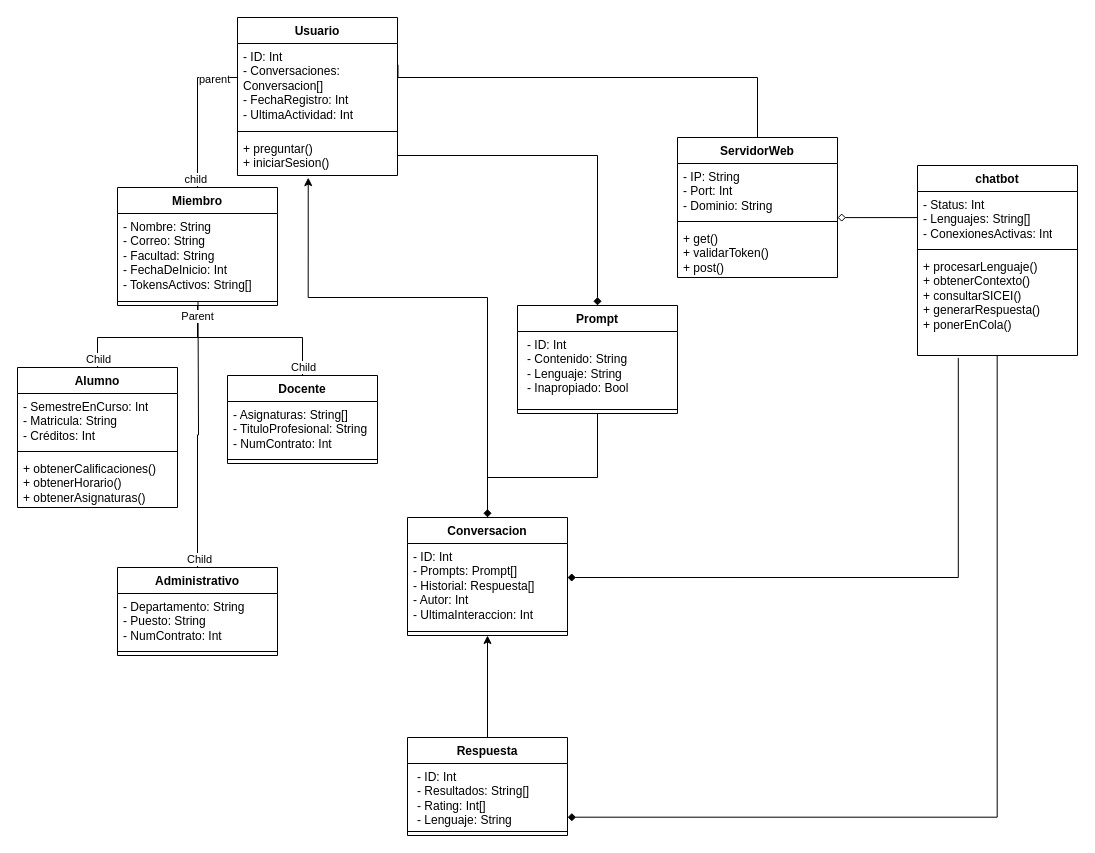
Above: Diagramas[Emmanuel]/UML.drawio in diego-islas8/Proyecto-FIS (draw.io), before the change. Source tidied: cells renumbered, new cells numbered last; positions are measured from the earlier drawing's top-left corner, leaving out a move shared by most shapes. Both pictures are drawn from the tidied source at 100%, with x=0, y=0 at pixel (17, 17).
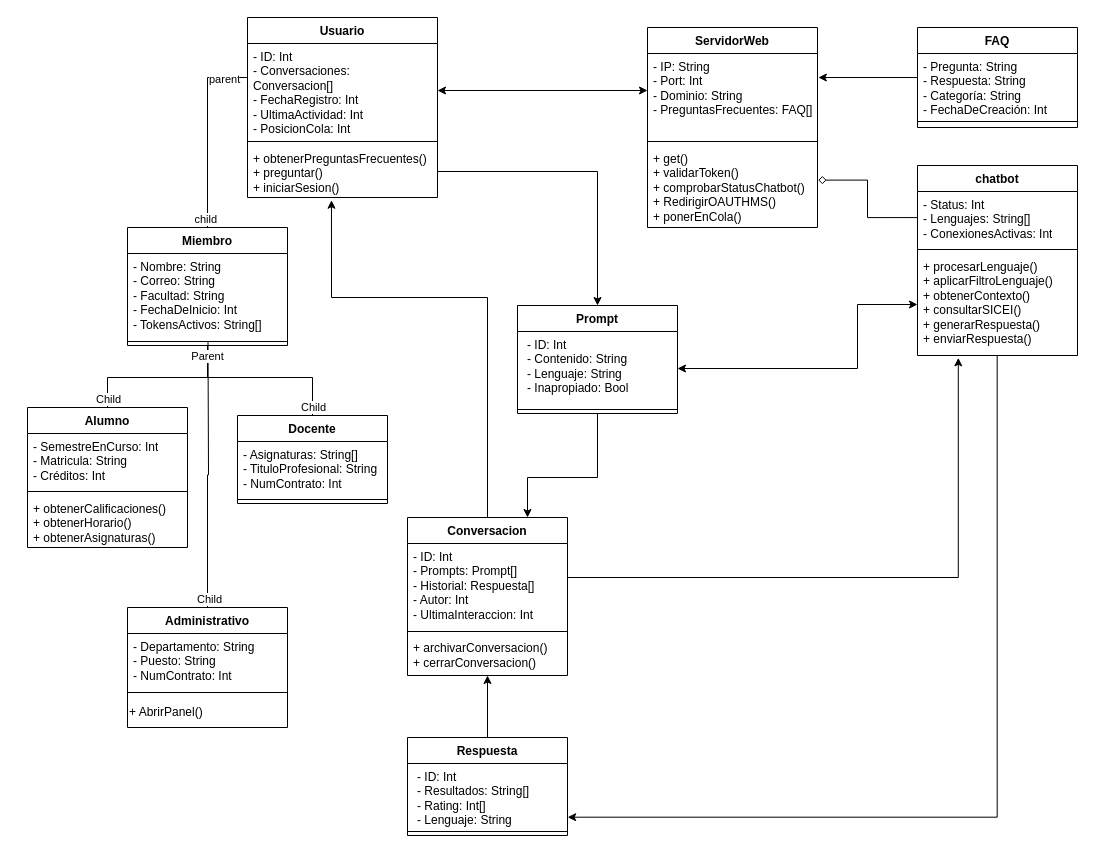
Above is the later version.

Commit message (it also covers changes not shown here):
Modificaciones al diagrama

The change refers to these unchanged cells:
```xml
<mxCell id="9" value="chatbot" style="swimlane;fontStyle=1;align=center;verticalAlign=top;horizontal=1;startSize=26;whiteSpace=wrap;html=1;" parent="1" vertex="1">
  <mxGeometry x="900" y="148" width="160" height="190" as="geometry" />
</mxCell>
<mxCell id="10" value="&lt;div&gt;- Status: Int&lt;br&gt;&lt;/div&gt;&lt;div&gt;- Lenguajes: String[]&lt;/div&gt;&lt;div&gt;- ConexionesActivas: Int&lt;/div&gt;" style="text;strokeColor=none;fillColor=none;align=left;verticalAlign=top;spacingLeft=4;spacingRight=4;overflow=hidden;points=[[0,0.5],[1,0.5]];portConstraint=eastwest;whiteSpace=wrap;html=1;" parent="9" vertex="1">
  <mxGeometry y="26" width="160" height="54" as="geometry" />
</mxCell>
<mxCell id="44" value="Prompt" style="swimlane;fontStyle=1;align=center;verticalAlign=top;horizontal=1;startSize=26;whiteSpace=wrap;html=1;" parent="1" vertex="1">
  <mxGeometry x="500" y="288" width="160" height="108" as="geometry" />
</mxCell>
<mxCell id="48" value="&lt;div&gt;- ID: Int&lt;br&gt;&lt;/div&gt;&lt;div&gt;- Prompts: Prompt[]&lt;br&gt;&lt;/div&gt;&lt;div&gt;- Historial: Respuesta[]&lt;/div&gt;&lt;div&gt;- Autor: Int&lt;/div&gt;&lt;div&gt;- UltimaInteraccion: Int&lt;/div&gt;" style="text;strokeColor=none;fillColor=none;align=left;verticalAlign=top;spacingLeft=4;spacingRight=4;overflow=hidden;points=[[0,0.5],[1,0.5]];portConstraint=eastwest;whiteSpace=wrap;html=1;" parent="47" vertex="1">
  <mxGeometry y="26" width="160" height="84" as="geometry" />
</mxCell>
<mxCell id="51" value="&lt;p style=&quot;margin: 0px 0px 0px 4px;&quot;&gt;- ID: Int&lt;/p&gt;&lt;p style=&quot;margin: 0px 0px 0px 4px;&quot;&gt;- Resultados: String[]&lt;/p&gt;&lt;p style=&quot;margin: 0px 0px 0px 4px;&quot;&gt;- Rating: Int[]&lt;br&gt;&lt;/p&gt;&lt;p style=&quot;margin: 0px 0px 0px 4px;&quot;&gt;- Lenguaje: String&lt;/p&gt;" style="text;strokeColor=none;fillColor=none;align=left;verticalAlign=top;spacingLeft=4;spacingRight=4;overflow=hidden;points=[[0,0.5],[1,0.5]];portConstraint=eastwest;whiteSpace=wrap;html=1;" parent="50" vertex="1">
  <mxGeometry y="26" width="160" height="64" as="geometry" />
</mxCell>
```

What changed in the source:
```diff
@@
     <mxCell id="2" style="edgeStyle=orthogonalEdgeStyle;rounded=0;jettySize=auto;html=1;entryX=0.5;entryY=1;entryDx=0;entryDy=0;strokeColor=default;curved=0;startArrow=none;startFill=0;endArrow=none;endFill=0;" parent="1" edge="1" source="4" target="13">
       <mxGeometry relative="1" as="geometry">
         <Array as="points">
-          <mxPoint x="80" y="320" />
-          <mxPoint x="180" y="320" />
+          <mxPoint x="90" y="360" />
+          <mxPoint x="190" y="360" />
         </Array>
       </mxGeometry>
     </mxCell>
@@
     <mxCell id="4" value="Alumno" style="swimlane;fontStyle=1;align=center;verticalAlign=top;horizontal=1;startSize=26;whiteSpace=wrap;html=1;strokeColor=default;fillColor=none;" parent="1" vertex="1">
-      <mxGeometry y="350" width="160" height="140" as="geometry" />
+      <mxGeometry x="10" y="390" width="160" height="140" as="geometry" />
     </mxCell>
@@
-    <mxCell id="8" style="edgeStyle=orthogonalEdgeStyle;rounded=0;jettySize=auto;html=1;startArrow=none;startFill=0;endArrow=diamond;endFill=1;exitX=0.255;exitY=1.023;exitDx=0;exitDy=0;entryX=1;entryY=0.405;entryDx=0;entryDy=0;entryPerimeter=0;exitPerimeter=0;" parent="1" edge="1" source="12" target="48">
+    <mxCell id="8" style="edgeStyle=orthogonalEdgeStyle;rounded=0;jettySize=auto;html=1;startArrow=classic;startFill=1;endArrow=none;endFill=0;exitX=0.255;exitY=1.023;exitDx=0;exitDy=0;entryX=1;entryY=0.405;entryDx=0;entryDy=0;entryPerimeter=0;exitPerimeter=0;" parent="1" edge="1" source="12" target="48">
       <mxGeometry relative="1" as="geometry">
         <Array as="points">
           <mxPoint x="941" y="560" />
         </Array>
       </mxGeometry>
     </mxCell>
@@
-    <mxCell id="12" value="&lt;div&gt;+ procesarLenguaje()&lt;/div&gt;&lt;div&gt;+ obtenerContexto()&lt;/div&gt;&lt;div&gt;+ consultarSICEI()&lt;br&gt;&lt;/div&gt;&lt;div&gt;+ generarRespuesta()&lt;/div&gt;&lt;div&gt;&lt;span style=&quot;background-color: initial;&quot;&gt;+ ponerEnCola()&lt;/span&gt;&lt;/div&gt;" style="text;strokeColor=none;fillColor=none;align=left;verticalAlign=top;spacingLeft=4;spacingRight=4;overflow=hidden;points=[[0,0.5],[1,0.5]];portConstraint=eastwest;whiteSpace=wrap;html=1;" parent="9" vertex="1">
+    <mxCell id="12" value="&lt;div&gt;+ procesarLenguaje()&lt;/div&gt;&lt;div&gt;+ aplicarFiltroLenguaje()&lt;/div&gt;&lt;div&gt;+ obtenerContexto()&lt;/div&gt;&lt;div&gt;+ consultarSICEI()&lt;br&gt;&lt;/div&gt;&lt;div&gt;+ generarRespuesta()&lt;/div&gt;&lt;div&gt;&lt;span style=&quot;background-color: initial;&quot;&gt;+ enviarRespuesta()&lt;/span&gt;&lt;/div&gt;" style="text;strokeColor=none;fillColor=none;align=left;verticalAlign=top;spacingLeft=4;spacingRight=4;overflow=hidden;points=[[0,0.5],[1,0.5]];portConstraint=eastwest;whiteSpace=wrap;html=1;" parent="9" vertex="1">
       <mxGeometry y="88" width="160" height="102" as="geometry" />
     </mxCell>
     <mxCell id="13" value="Miembro" style="swimlane;fontStyle=1;align=center;verticalAlign=top;horizontal=1;startSize=26;whiteSpace=wrap;html=1;" parent="1" vertex="1">
-      <mxGeometry x="100" y="170" width="160" height="118" as="geometry" />
+      <mxGeometry x="110" y="210" width="160" height="118" as="geometry" />
     </mxCell>
@@
     <mxCell id="16" value="Usuario" style="swimlane;fontStyle=1;align=center;verticalAlign=top;horizontal=1;startSize=26;whiteSpace=wrap;html=1;" parent="1" vertex="1">
-      <mxGeometry x="220" width="160" height="158" as="geometry" />
+      <mxGeometry x="230" width="190" height="180" as="geometry" />
     </mxCell>
-    <mxCell id="17" value="&lt;div&gt;&lt;span style=&quot;background-color: initial;&quot;&gt;- ID: Int&lt;/span&gt;&lt;/div&gt;&lt;div&gt;&lt;span style=&quot;background-color: initial;&quot;&gt;- Conversaciones: Conversacion[]&lt;/span&gt;&lt;br&gt;&lt;/div&gt;&lt;div&gt;- FechaRegistro: Int&lt;/div&gt;&lt;div&gt;- UltimaActividad: Int&lt;/div&gt;" style="text;strokeColor=none;fillColor=none;align=left;verticalAlign=top;spacingLeft=4;spacingRight=4;overflow=hidden;points=[[0,0.5],[1,0.5]];portConstraint=eastwest;whiteSpace=wrap;html=1;" parent="16" vertex="1">
-      <mxGeometry y="26" width="160" height="84" as="geometry" />
+    <mxCell id="17" value="&lt;div&gt;&lt;span style=&quot;background-color: initial;&quot;&gt;- ID: Int&lt;/span&gt;&lt;/div&gt;&lt;div&gt;&lt;span style=&quot;background-color: initial;&quot;&gt;- Conversaciones: Conversacion[]&lt;/span&gt;&lt;br&gt;&lt;/div&gt;&lt;div&gt;- FechaRegistro: Int&lt;/div&gt;&lt;div&gt;- UltimaActividad: Int&lt;/div&gt;&lt;div&gt;- PosicionCola: Int&lt;/div&gt;" style="text;strokeColor=none;fillColor=none;align=left;verticalAlign=top;spacingLeft=4;spacingRight=4;overflow=hidden;points=[[0,0.5],[1,0.5]];portConstraint=eastwest;whiteSpace=wrap;html=1;" parent="16" vertex="1">
+      <mxGeometry y="26" width="190" height="94" as="geometry" />
     </mxCell>
     <mxCell id="18" style="line;strokeWidth=1;fillColor=none;align=left;verticalAlign=middle;spacingTop=-1;spacingLeft=3;spacingRight=3;labelPosition=right;strokeColor=inherit;" parent="16" vertex="1">
-      <mxGeometry y="110" width="160" height="8" as="geometry" />
+      <mxGeometry y="120" width="190" height="8" as="geometry" />
     </mxCell>
-    <mxCell id="19" style="endArrow=none;html=1;edgeStyle=orthogonalEdgeStyle;rounded=0;entryX=0.5;entryY=0;entryDx=0;entryDy=0;" parent="16" edge="1" target="13">
+    <mxCell id="19" style="endArrow=none;html=1;edgeStyle=orthogonalEdgeStyle;rounded=0;entryX=0.5;entryY=0;entryDx=0;entryDy=0;startArrow=none;startFill=0;" parent="16" edge="1" target="13">
       <mxGeometry relative="1" as="geometry">
         <mxPoint y="60" as="sourcePoint" />
         <Array as="points">
           <mxPoint x="-40" y="60" />
         </Array>
       </mxGeometry>
     </mxCell>
@@
-    <mxCell id="22" value="&lt;div&gt;+ preguntar()&lt;/div&gt;&lt;div&gt;+ iniciarSesion()&lt;br&gt;&lt;/div&gt;" style="text;strokeColor=none;fillColor=none;align=left;verticalAlign=top;spacingLeft=4;spacingRight=4;overflow=hidden;points=[[0,0.5],[1,0.5]];portConstraint=eastwest;whiteSpace=wrap;html=1;" parent="16" vertex="1">
-      <mxGeometry y="118" width="160" height="40" as="geometry" />
+    <mxCell id="22" value="&lt;div&gt;&lt;span style=&quot;background-color: initial;&quot;&gt;+ obtenerPreguntasFrecuentes()&lt;/span&gt;&lt;/div&gt;&lt;div&gt;&lt;span style=&quot;background-color: initial;&quot;&gt;+ preguntar()&lt;/span&gt;&lt;br&gt;&lt;/div&gt;&lt;div&gt;+ iniciarSesion()&lt;br&gt;&lt;/div&gt;" style="text;strokeColor=none;fillColor=none;align=left;verticalAlign=top;spacingLeft=4;spacingRight=4;overflow=hidden;points=[[0,0.5],[1,0.5]];portConstraint=eastwest;whiteSpace=wrap;html=1;" parent="16" vertex="1">
+      <mxGeometry y="128" width="190" height="52" as="geometry" />
     </mxCell>
     <mxCell id="23" value="Administrativo" style="swimlane;fontStyle=1;align=center;verticalAlign=top;horizontal=1;startSize=26;whiteSpace=wrap;html=1;" parent="1" vertex="1">
-      <mxGeometry x="100" y="550" width="160" height="88" as="geometry" />
+      <mxGeometry x="110" y="590" width="160" height="120" as="geometry" />
     </mxCell>
@@
     <mxCell id="25" style="line;strokeWidth=1;fillColor=none;align=left;verticalAlign=middle;spacingTop=-1;spacingLeft=3;spacingRight=3;labelPosition=right;strokeColor=inherit;" parent="23" vertex="1">
-      <mxGeometry y="80" width="160" height="8" as="geometry" />
+      <mxGeometry y="80" width="160" height="10" as="geometry" />
     </mxCell>
+    <mxCell id="54" value="+ AbrirPanel()" style="text;html=1;align=left;verticalAlign=middle;strokeColor=none;fillColor=none;" parent="23" vertex="1">
+      <mxGeometry y="90" width="160" height="30" as="geometry" />
+    </mxCell>
     <mxCell id="26" style="edgeStyle=orthogonalEdgeStyle;rounded=0;jettySize=auto;html=1;entryX=0.5;entryY=1;entryDx=0;entryDy=0;endArrow=none;endFill=0;" parent="1" edge="1" source="28" target="13">
       <mxGeometry relative="1" as="geometry">
         <Array as="points">
-          <mxPoint x="285" y="320" />
-          <mxPoint x="180" y="320" />
+          <mxPoint x="295" y="360" />
+          <mxPoint x="190" y="360" />
         </Array>
       </mxGeometry>
     </mxCell>
@@
     <mxCell id="28" value="Docente" style="swimlane;fontStyle=1;align=center;verticalAlign=top;horizontal=1;startSize=26;whiteSpace=wrap;html=1;" parent="1" vertex="1">
-      <mxGeometry x="210" y="358" width="150" height="88" as="geometry" />
+      <mxGeometry x="220" y="398" width="150" height="88" as="geometry" />
     </mxCell>
@@
     <mxCell id="31" style="edgeStyle=orthogonalEdgeStyle;rounded=0;jettySize=auto;html=1;entryX=0.503;entryY=0.992;entryDx=0;entryDy=0;entryPerimeter=0;endArrow=none;endFill=0;" parent="1" edge="1" source="23">
       <mxGeometry relative="1" as="geometry">
-        <mxPoint x="180.5" y="283.8" as="targetPoint" />
+        <mxPoint x="190.5" y="323.8" as="targetPoint" />
       </mxGeometry>
     </mxCell>
@@
     <mxCell id="34" value="ServidorWeb" style="swimlane;fontStyle=1;align=center;verticalAlign=top;horizontal=1;startSize=26;whiteSpace=wrap;html=1;" parent="1" vertex="1">
-      <mxGeometry x="660" y="120" width="160" height="140" as="geometry" />
+      <mxGeometry x="630" y="10" width="170" height="200" as="geometry" />
     </mxCell>
-    <mxCell id="35" value="&lt;div&gt;- IP: String&lt;/div&gt;&lt;div&gt;- Port: Int&lt;/div&gt;&lt;div&gt;- Dominio: String&lt;br&gt;&lt;/div&gt;" style="text;strokeColor=none;fillColor=none;align=left;verticalAlign=top;spacingLeft=4;spacingRight=4;overflow=hidden;points=[[0,0.5],[1,0.5]];portConstraint=eastwest;whiteSpace=wrap;html=1;" parent="34" vertex="1">
-      <mxGeometry y="26" width="160" height="54" as="geometry" />
+    <mxCell id="35" value="&lt;div&gt;- IP: String&lt;/div&gt;&lt;div&gt;- Port: Int&lt;/div&gt;&lt;div&gt;- Dominio: String&lt;br&gt;&lt;/div&gt;&lt;div&gt;- PreguntasFrecuentes: FAQ[]&lt;/div&gt;" style="text;strokeColor=none;fillColor=none;align=left;verticalAlign=top;spacingLeft=4;spacingRight=4;overflow=hidden;points=[[0,0.5],[1,0.5]];portConstraint=eastwest;whiteSpace=wrap;html=1;" parent="34" vertex="1">
+      <mxGeometry y="26" width="170" height="84" as="geometry" />
     </mxCell>
     <mxCell id="36" style="line;strokeWidth=1;fillColor=none;align=left;verticalAlign=middle;spacingTop=-1;spacingLeft=3;spacingRight=3;labelPosition=right;strokeColor=inherit;" parent="34" vertex="1">
-      <mxGeometry y="80" width="160" height="8" as="geometry" />
+      <mxGeometry y="110" width="170" height="8" as="geometry" />
     </mxCell>
-    <mxCell id="37" value="&lt;div&gt;+ get()&lt;/div&gt;&lt;div&gt;+ validarToken()&lt;/div&gt;&lt;div&gt;+ post()&lt;/div&gt;" style="text;strokeColor=none;fillColor=none;align=left;verticalAlign=top;spacingLeft=4;spacingRight=4;overflow=hidden;points=[[0,0.5],[1,0.5]];portConstraint=eastwest;whiteSpace=wrap;html=1;" parent="34" vertex="1">
-      <mxGeometry y="88" width="160" height="52" as="geometry" />
+    <mxCell id="37" value="&lt;div&gt;+ get()&lt;/div&gt;&lt;div&gt;+ validarToken()&lt;/div&gt;&lt;div&gt;+ comprobarStatusChatbot()&lt;/div&gt;&lt;div&gt;+ RedirigirOAUTHMS()&lt;/div&gt;&lt;div&gt;+ ponerEnCola()&lt;br&gt;&lt;/div&gt;" style="text;strokeColor=none;fillColor=none;align=left;verticalAlign=top;spacingLeft=4;spacingRight=4;overflow=hidden;points=[[0,0.5],[1,0.5]];portConstraint=eastwest;whiteSpace=wrap;html=1;" parent="34" vertex="1">
+      <mxGeometry y="118" width="170" height="82" as="geometry" />
     </mxCell>
@@
-    <mxCell id="39" style="edgeStyle=orthogonalEdgeStyle;rounded=0;jettySize=auto;html=1;entryX=0.5;entryY=0;entryDx=0;entryDy=0;endArrow=diamond;endFill=1;exitX=0.5;exitY=1;exitDx=0;exitDy=0;" parent="1" edge="1" source="44" target="47">
+    <mxCell id="39" style="edgeStyle=orthogonalEdgeStyle;rounded=0;jettySize=auto;html=1;entryX=0.75;entryY=0;entryDx=0;entryDy=0;endArrow=classic;endFill=1;exitX=0.5;exitY=1;exitDx=0;exitDy=0;strokeColor=default;" parent="1" edge="1" source="44" target="47">
       <mxGeometry relative="1" as="geometry">
         <Array as="points">
           <mxPoint x="580" y="460" />
-          <mxPoint x="470" y="460" />
+          <mxPoint x="510" y="460" />
         </Array>
       </mxGeometry>
     </mxCell>
-    <mxCell id="40" style="edgeStyle=orthogonalEdgeStyle;rounded=0;jettySize=auto;html=1;entryX=0.5;entryY=0;entryDx=0;entryDy=0;endArrow=diamond;endFill=1;exitX=1;exitY=0.5;exitDx=0;exitDy=0;" parent="1" edge="1" source="22" target="44">
+    <mxCell id="40" style="edgeStyle=orthogonalEdgeStyle;rounded=0;jettySize=auto;html=1;entryX=0.5;entryY=0;entryDx=0;entryDy=0;endArrow=classic;endFill=1;exitX=1;exitY=0.5;exitDx=0;exitDy=0;" parent="1" edge="1" source="22" target="44">
       <mxGeometry relative="1" as="geometry">
         <Array as="points">
-          <mxPoint x="580" y="138" />
+          <mxPoint x="580" y="154" />
         </Array>
       </mxGeometry>
     </mxCell>
-    <mxCell id="41" style="edgeStyle=orthogonalEdgeStyle;rounded=0;jettySize=auto;html=1;entryX=0.5;entryY=0;entryDx=0;entryDy=0;endArrow=none;endFill=0;exitX=1.003;exitY=0.252;exitDx=0;exitDy=0;exitPerimeter=0;" parent="1" edge="1" source="17" target="34">
+    <mxCell id="41" style="edgeStyle=orthogonalEdgeStyle;rounded=0;jettySize=auto;html=1;endArrow=classic;endFill=1;exitX=1;exitY=0.5;exitDx=0;exitDy=0;startArrow=classic;startFill=1;" parent="1" edge="1" source="17">
       <mxGeometry relative="1" as="geometry">
+        <mxPoint x="630" y="73" as="targetPoint" />
         <Array as="points">
-          <mxPoint x="740" y="60" />
+          <mxPoint x="630" y="73" />
         </Array>
       </mxGeometry>
     </mxCell>
-    <mxCell id="42" style="edgeStyle=orthogonalEdgeStyle;rounded=0;jettySize=auto;html=1;startArrow=none;startFill=0;endArrow=diamond;endFill=1;exitX=0.498;exitY=1.001;exitDx=0;exitDy=0;exitPerimeter=0;entryX=1.001;entryY=0.839;entryDx=0;entryDy=0;entryPerimeter=0;" parent="1" edge="1" source="12" target="51">
+    <mxCell id="42" style="edgeStyle=orthogonalEdgeStyle;rounded=0;jettySize=auto;html=1;startArrow=none;startFill=0;endArrow=classic;endFill=1;exitX=0.498;exitY=1.001;exitDx=0;exitDy=0;exitPerimeter=0;entryX=1.001;entryY=0.839;entryDx=0;entryDy=0;entryPerimeter=0;" parent="1" edge="1" source="12" target="51">
       <mxGeometry relative="1" as="geometry">
         <Array as="points">
           <mxPoint x="980" y="800" />
         </Array>
       </mxGeometry>
     </mxCell>
-    <mxCell id="43" style="edgeStyle=orthogonalEdgeStyle;rounded=0;jettySize=auto;html=1;entryX=0;entryY=0.483;entryDx=0;entryDy=0;endArrow=none;endFill=0;startArrow=diamond;startFill=0;entryPerimeter=0;" parent="1" edge="1" target="10">
+    <mxCell id="43" style="edgeStyle=orthogonalEdgeStyle;rounded=0;jettySize=auto;html=1;entryX=0;entryY=0.483;entryDx=0;entryDy=0;endArrow=none;endFill=0;startArrow=diamond;startFill=0;entryPerimeter=0;exitX=1.004;exitY=0.422;exitDx=0;exitDy=0;exitPerimeter=0;" parent="1" edge="1" source="37" target="10">
       <mxGeometry relative="1" as="geometry">
-        <mxPoint x="820" y="200" as="sourcePoint" />
         <Array as="points">
-          <mxPoint x="900" y="200" />
+          <mxPoint x="850" y="163" />
+          <mxPoint x="850" y="200" />
         </Array>
       </mxGeometry>
     </mxCell>
@@
-    <mxCell id="45" value="&lt;p style=&quot;margin: 0px 0px 0px 4px;&quot;&gt;&lt;span style=&quot;background-color: initial;&quot;&gt;- ID: Int&lt;/span&gt;&lt;/p&gt;&lt;p style=&quot;margin: 0px 0px 0px 4px;&quot;&gt;&lt;span style=&quot;background-color: initial;&quot;&gt;- Contenido: String&lt;/span&gt;&lt;br&gt;&lt;/p&gt;&lt;p style=&quot;margin: 0px 0px 0px 4px;&quot;&gt;- Lenguaje: String&lt;/p&gt;&lt;p style=&quot;margin: 0px 0px 0px 4px;&quot;&gt;- Inapropiado: Bool&lt;/p&gt;" style="text;strokeColor=none;fillColor=none;align=left;verticalAlign=top;spacingLeft=4;spacingRight=4;overflow=hidden;points=[[0,0.5],[1,0.5]];portConstraint=eastwest;whiteSpace=wrap;html=1;" parent="44" vertex="1">
+    <mxCell id="45" value="&lt;p style=&quot;margin: 0px 0px 0px 4px;&quot;&gt;&lt;span style=&quot;background-color: initial;&quot;&gt;- ID: Int&lt;/span&gt;&lt;/p&gt;&lt;p style=&quot;margin: 0px 0px 0px 4px;&quot;&gt;&lt;span style=&quot;background-color: initial;&quot;&gt;- Contenido: String&lt;/span&gt;&lt;br&gt;&lt;/p&gt;&lt;p style=&quot;margin: 0px 0px 0px 4px;&quot;&gt;- Lenguaje: String&lt;/p&gt;&lt;p style=&quot;margin: 0px 0px 0px 4px;&quot;&gt;&lt;span style=&quot;background-color: initial;&quot;&gt;- Inapropiado: Bool&lt;/span&gt;&lt;/p&gt;" style="text;strokeColor=none;fillColor=none;align=left;verticalAlign=top;spacingLeft=4;spacingRight=4;overflow=hidden;points=[[0,0.5],[1,0.5]];portConstraint=eastwest;whiteSpace=wrap;html=1;" parent="44" vertex="1">
       <mxGeometry y="26" width="160" height="74" as="geometry" />
     </mxCell>
@@
     <mxCell id="47" value="Conversacion" style="swimlane;fontStyle=1;align=center;verticalAlign=top;horizontal=1;startSize=26;whiteSpace=wrap;html=1;" parent="1" vertex="1">
-      <mxGeometry x="390" y="500" width="160" height="118" as="geometry" />
+      <mxGeometry x="390" y="500" width="160" height="158" as="geometry" />
     </mxCell>
@@
+    <mxCell id="55" value="+ archivarConversacion()&lt;div&gt;+ cerrarConversacion()&lt;/div&gt;" style="text;html=1;align=left;verticalAlign=middle;strokeColor=none;fillColor=none;spacingTop=0;spacingLeft=4;" parent="47" vertex="1">
+      <mxGeometry y="118" width="160" height="40" as="geometry" />
+    </mxCell>
@@
     <mxCell id="53" style="edgeStyle=orthogonalEdgeStyle;rounded=0;jettySize=auto;html=1;entryX=0.442;entryY=1.053;entryDx=0;entryDy=0;entryPerimeter=0;" parent="1" edge="1" source="47" target="22">
       <mxGeometry relative="1" as="geometry">
         <Array as="points">
           <mxPoint x="470" y="280" />
-          <mxPoint x="291" y="280" />
+          <mxPoint x="314" y="280" />
         </Array>
       </mxGeometry>
     </mxCell>
+    <mxCell id="56" value="FAQ" style="swimlane;fontStyle=1;align=center;verticalAlign=top;horizontal=1;startSize=26;whiteSpace=wrap;html=1;" parent="1" vertex="1">
+      <mxGeometry x="900" y="10" width="160" height="100" as="geometry" />
+    </mxCell>
+    <mxCell id="57" value="- Pregunta: String&lt;div&gt;- Respuesta: String&lt;/div&gt;&lt;div&gt;- Categoría: String&lt;/div&gt;&lt;div&gt;- FechaDeCreación: Int&lt;/div&gt;" style="text;strokeColor=none;fillColor=none;align=left;verticalAlign=top;spacingLeft=4;spacingRight=4;overflow=hidden;whiteSpace=wrap;html=1;" parent="56" vertex="1">
+      <mxGeometry y="26" width="160" height="64" as="geometry" />
+    </mxCell>
+    <mxCell id="58" style="line;strokeWidth=1;fillColor=none;align=left;verticalAlign=middle;spacingTop=-1;spacingLeft=3;spacingRight=3;labelPosition=right;strokeColor=inherit;" parent="56" vertex="1">
+      <mxGeometry y="90" width="160" height="8" as="geometry" />
+    </mxCell>
+    <mxCell id="59" value="&lt;div&gt;&amp;nbsp;&lt;/div&gt;" style="text;strokeColor=none;fillColor=none;align=left;verticalAlign=top;spacingLeft=4;spacingRight=4;overflow=hidden;whiteSpace=wrap;html=1;" parent="56" vertex="1">
+      <mxGeometry y="98" width="160" height="2" as="geometry" />
+    </mxCell>
+    <mxCell id="60" style="edgeStyle=orthogonalEdgeStyle;rounded=0;jettySize=auto;html=1;entryX=0;entryY=0.5;entryDx=0;entryDy=0;startArrow=classic;startFill=1;" parent="1" edge="1" source="45" target="12">
+      <mxGeometry relative="1" as="geometry">
+        <Array as="points">
+          <mxPoint x="840" y="351" />
+          <mxPoint x="840" y="287" />
+        </Array>
+      </mxGeometry>
+    </mxCell>
+    <mxCell id="61" style="edgeStyle=orthogonalEdgeStyle;rounded=0;jettySize=auto;html=1;entryX=1.005;entryY=0.286;entryDx=0;entryDy=0;entryPerimeter=0;" parent="1" edge="1" source="56" target="35">
+      <mxGeometry relative="1" as="geometry" />
+    </mxCell>
```
